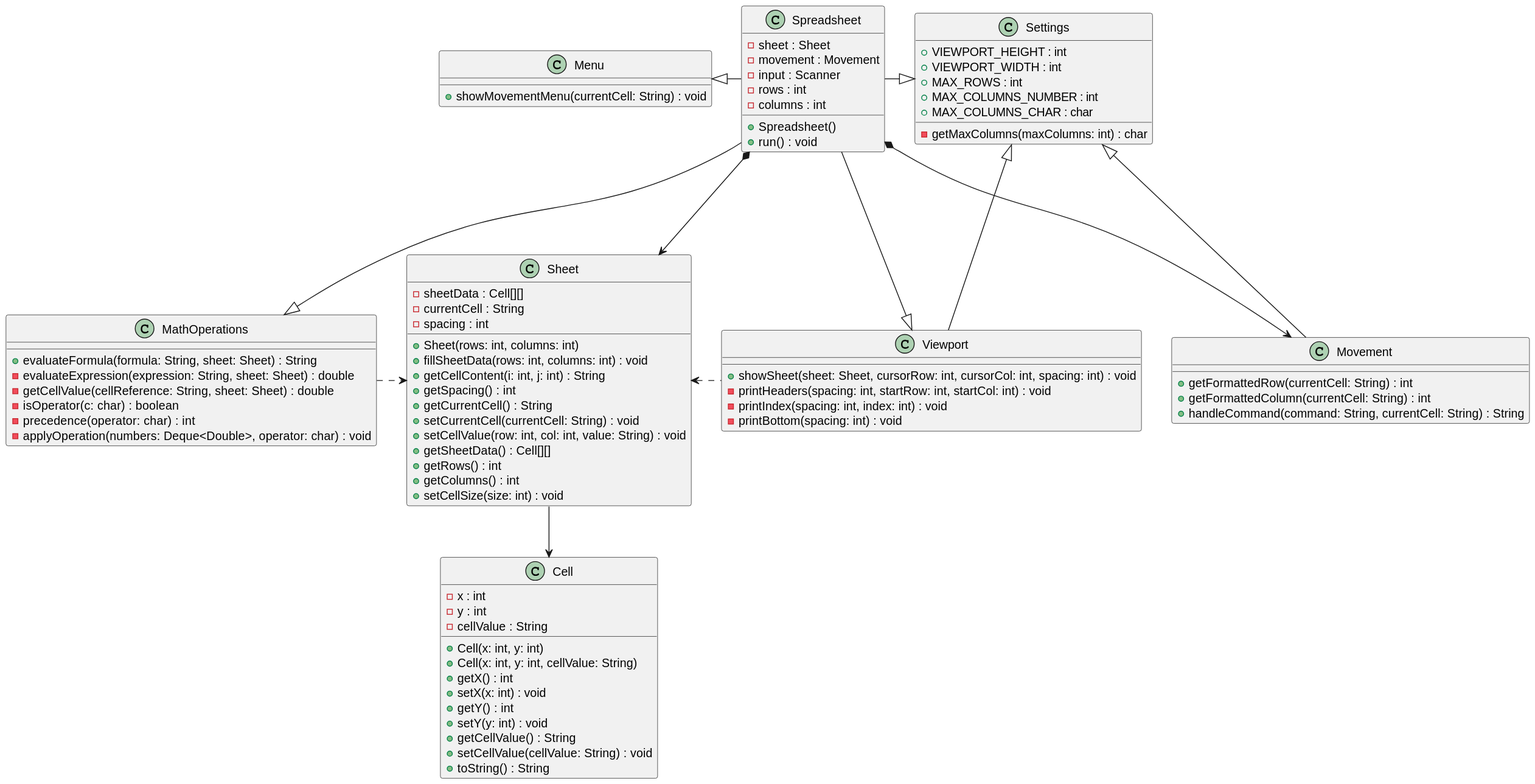
This is modelosUML/modeloDeDominio/diagramaDeObjetos.svg from pablarce/23-24-IdSw2-SDD, a PlantUML export, as it was before one commit.
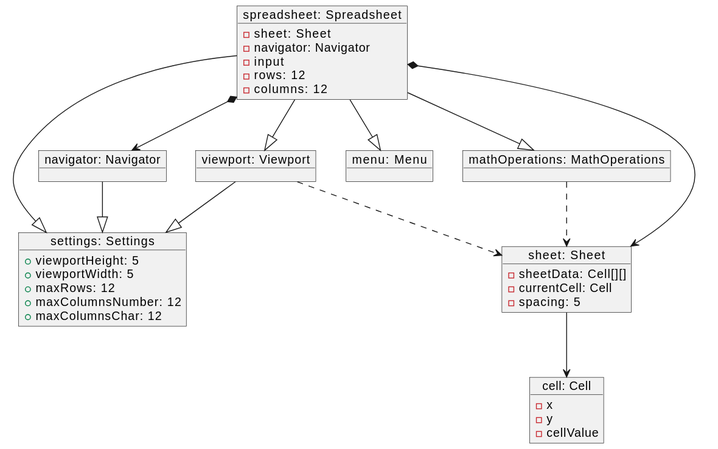
Above is the later version.

Diff of the diagram source:
```diff
@@ -1,90 +1,49 @@
 @startuml
-class Spreadsheet {
-    - sheet : Sheet
-    - movement : Movement
-    - input : Scanner
-    - rows : int
-    - columns : int
-    + Spreadsheet()
-    + run() : void
+object "spreadsheet: Spreadsheet" as spreadsheet {
+    - sheet: Sheet
+    - navigator: Navigator
+    - input
+    - rows: 12
+    - columns: 12
 }
 
-class Cell {
-    - x : int
-    - y : int
-    - cellValue : String
-    + Cell(x: int, y: int)
-    + Cell(x: int, y: int, cellValue: String)
-    + getX() : int
-    + setX(x: int) : void
-    + getY() : int
-    + setY(y: int) : void
-    + getCellValue() : String
-    + setCellValue(cellValue: String) : void
-    + toString() : String
+object "cell: Cell" as cell {
+    - x
+    - y
+    - cellValue
 }
 
-class MathOperations {
-    + evaluateFormula(formula: String, sheet: Sheet) : String
-    - evaluateExpression(expression: String, sheet: Sheet) : double
-    - getCellValue(cellReference: String, sheet: Sheet) : double
-    - isOperator(c: char) : boolean
-    - precedence(operator: char) : int
-    - applyOperation(numbers: Deque<Double>, operator: char) : void
+object "mathOperations: MathOperations" as mathOperations
+
+object "menu: Menu" as menu
+
+object "navigator: Navigator" as navigator
+
+object "settings: Settings" as settings {
+    + viewportHeight: 5
+    + viewportWidth: 5
+    + maxRows: 12
+    + maxColumnsNumber: 12
+    + maxColumnsChar: 12
 }
 
-class Menu {
-    + showMovementMenu(currentCell: String) : void
+object "sheet: Sheet" as sheet {
+    - sheetData: Cell[][]
+    - currentCell: Cell
+    - spacing: 5
 }
 
-class Movement {
-    + getFormattedRow(currentCell: String) : int
-    + getFormattedColumn(currentCell: String) : int
-    + handleCommand(command: String, currentCell: String) : String
-}
+object "viewport: Viewport" as viewport
 
-class Settings {
-    + VIEWPORT_HEIGHT : int
-    + VIEWPORT_WIDTH : int
-    + MAX_ROWS : int
-    + MAX_COLUMNS_NUMBER : int
-    + MAX_COLUMNS_CHAR : char
-    - getMaxColumns(maxColumns: int) : char
-}
-
-class Sheet {
-    - sheetData : Cell[][]
-    - currentCell : String
-    - spacing : int
-    + Sheet(rows: int, columns: int)
-    + fillSheetData(rows: int, columns: int) : void
-    + getCellContent(i: int, j: int) : String
-    + getSpacing() : int
-    + getCurrentCell() : String
-    + setCurrentCell(currentCell: String) : void
-    + setCellValue(row: int, col: int, value: String) : void
-    + getSheetData() : Cell[][]
-    + getRows() : int
-    + getColumns() : int
-    + setCellSize(size: int) : void
-}
-
-class Viewport {
-    + showSheet(sheet: Sheet, cursorRow: int, cursorCol: int, spacing: int) : void
-    - printHeaders(spacing: int, startRow: int, startCol: int) : void
-    - printIndex(spacing: int, index: int) : void
-    - printBottom(spacing: int) : void
-}
-
-Spreadsheet *-d-> Sheet
-Spreadsheet *--d-> Movement
-Spreadsheet -r-|> Settings
-Spreadsheet --d-|> Viewport
-Spreadsheet --d-|> MathOperations
-Spreadsheet -l-|> Menu
-Movement -u-|> Settings
-Viewport .l.> Sheet
-Viewport -u-|> Settings
-MathOperations ..r.> Sheet
-Sheet -d-> Cell
+spreadsheet *-d-> sheet
+spreadsheet *--> navigator
+spreadsheet -d-|> settings
+spreadsheet --|> viewport
+spreadsheet --|> mathOperations
+spreadsheet --|> menu
+navigator --|> settings
+viewport ..> sheet
+viewport -|> settings
+mathOperations ..> sheet
+sheet -d-> cell
 @enduml
```
